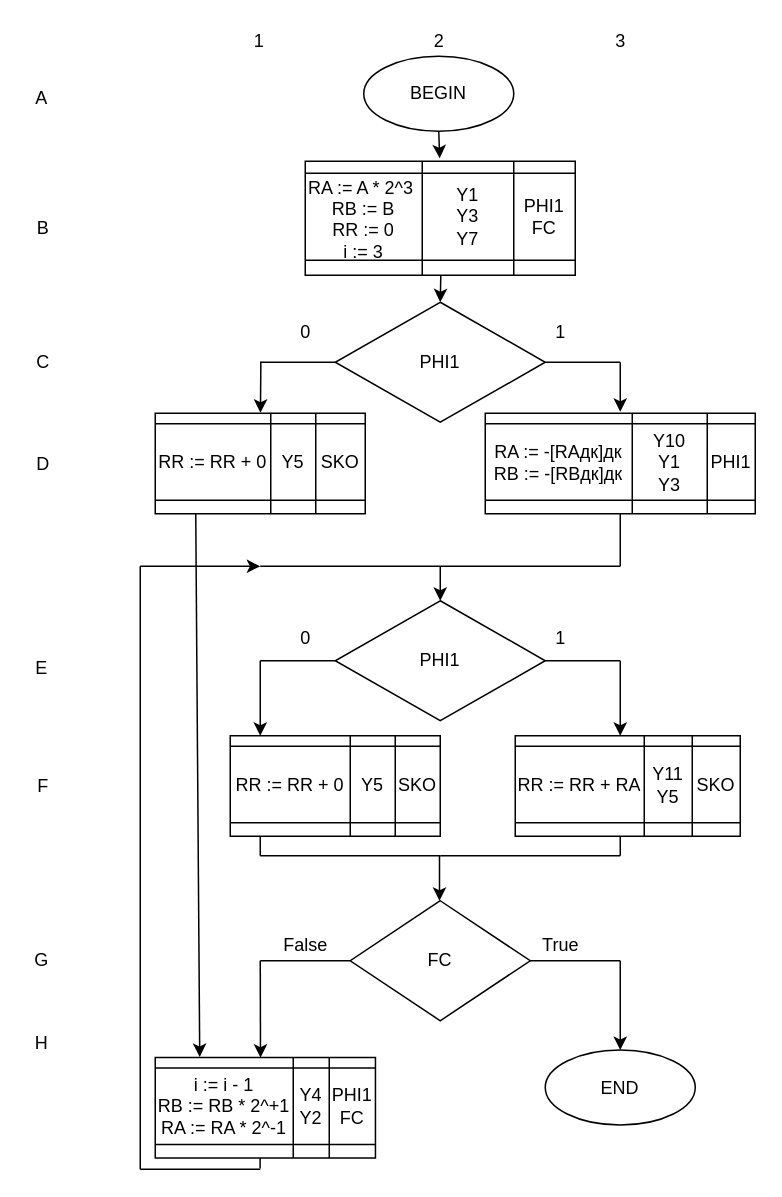
The draw.io diagram Блок операций_2_Умножение_M_modified.drawio in TimurQQ/Workshop, before the edit. Source tidied: cells renumbered, new cells numbered last; positions are measured from the earlier drawing's top-left corner, leaving out a move shared by most shapes. Both pictures are drawn from the tidied source at 150%, with x=0, y=0 at pixel (26, 26).
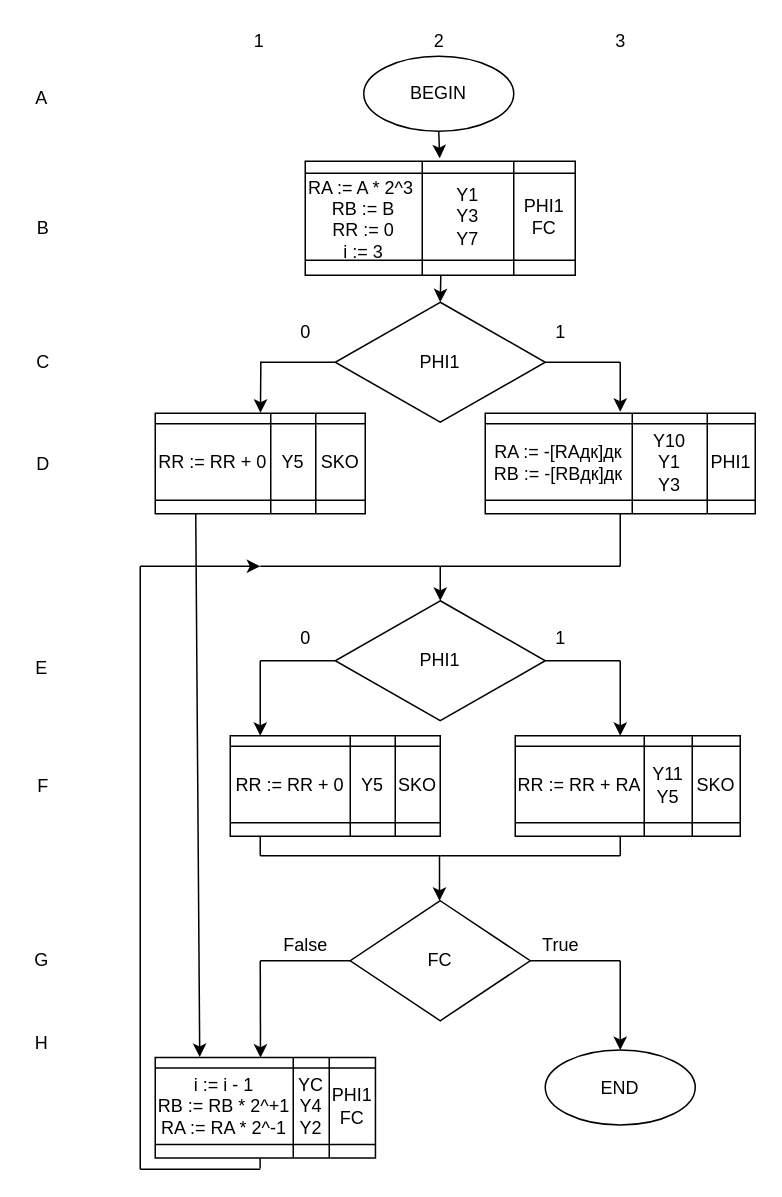
Above is the later version.

The change refers to these unchanged cells:
```xml
<mxCell id="107" style="shape=tableRow;horizontal=0;startSize=0;swimlaneHead=0;swimlaneBody=0;top=0;left=0;bottom=0;right=0;fillColor=none;" parent="102" vertex="1">
  <mxGeometry y="7" width="146.8" height="51" as="geometry" />
</mxCell>
```

Change to the diagram source:
```diff
@@
-    <mxCell id="109" value="Y4&lt;br&gt;Y2" style="shape=partialRectangle;html=1;whiteSpace=wrap;fillColor=none;top=0;left=0;bottom=0;right=0;overflow=hidden;" parent="107" vertex="1">
+    <mxCell id="109" value="YC&lt;br&gt;Y4&lt;br&gt;Y2" style="shape=partialRectangle;html=1;whiteSpace=wrap;fillColor=none;top=0;left=0;bottom=0;right=0;overflow=hidden;" parent="107" vertex="1">
       <mxGeometry x="92" width="24" height="51" as="geometry" />
     </mxCell>
```
